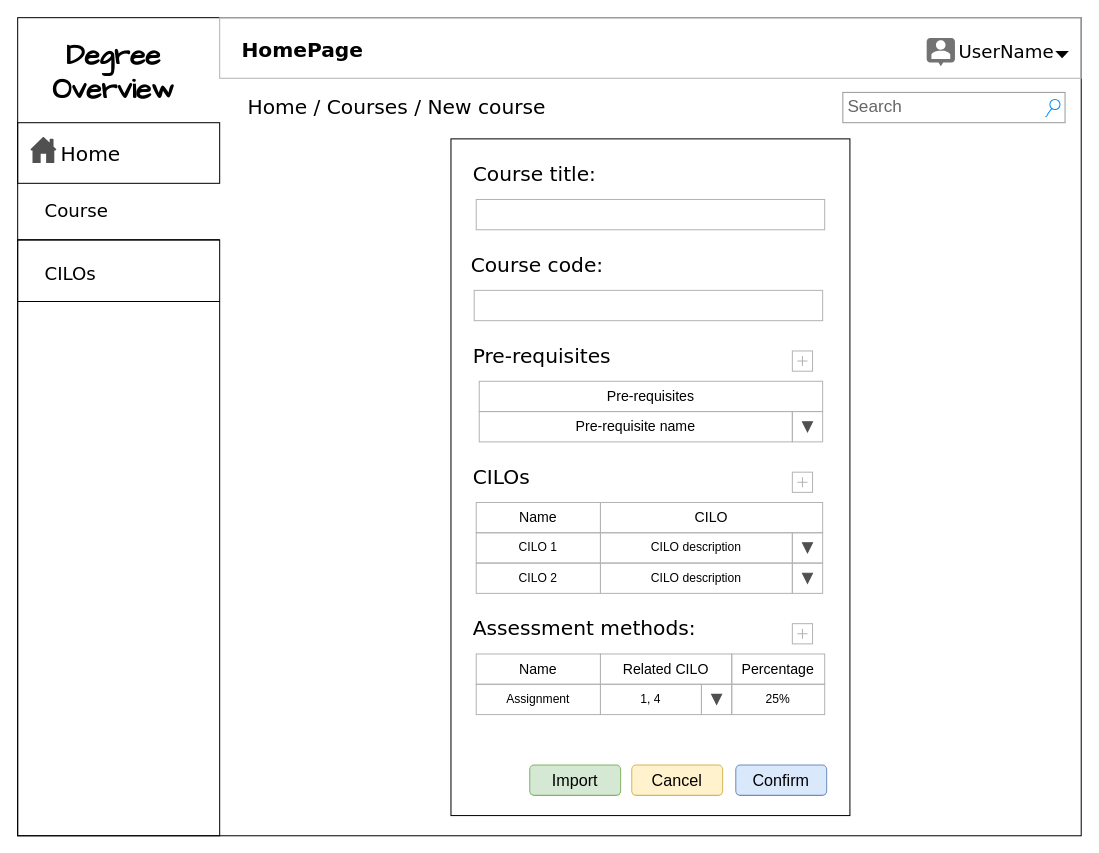
RapDoodle/DegreeOverview keeps this draw.io diagram as page "8. Edit CILOs Page" (8 of 16) of docs/Specifications/Diagrams/Drawio/4.1 User Interfaces.drawio. Above is the earlier version. Source tidied: cells renumbered, new cells numbered last; positions are measured from the earlier drawing's top-left corner, leaving out a move shared by most shapes. Both pictures are drawn from the tidied source at 101%, with x=0, y=0 at pixel (17, 17).
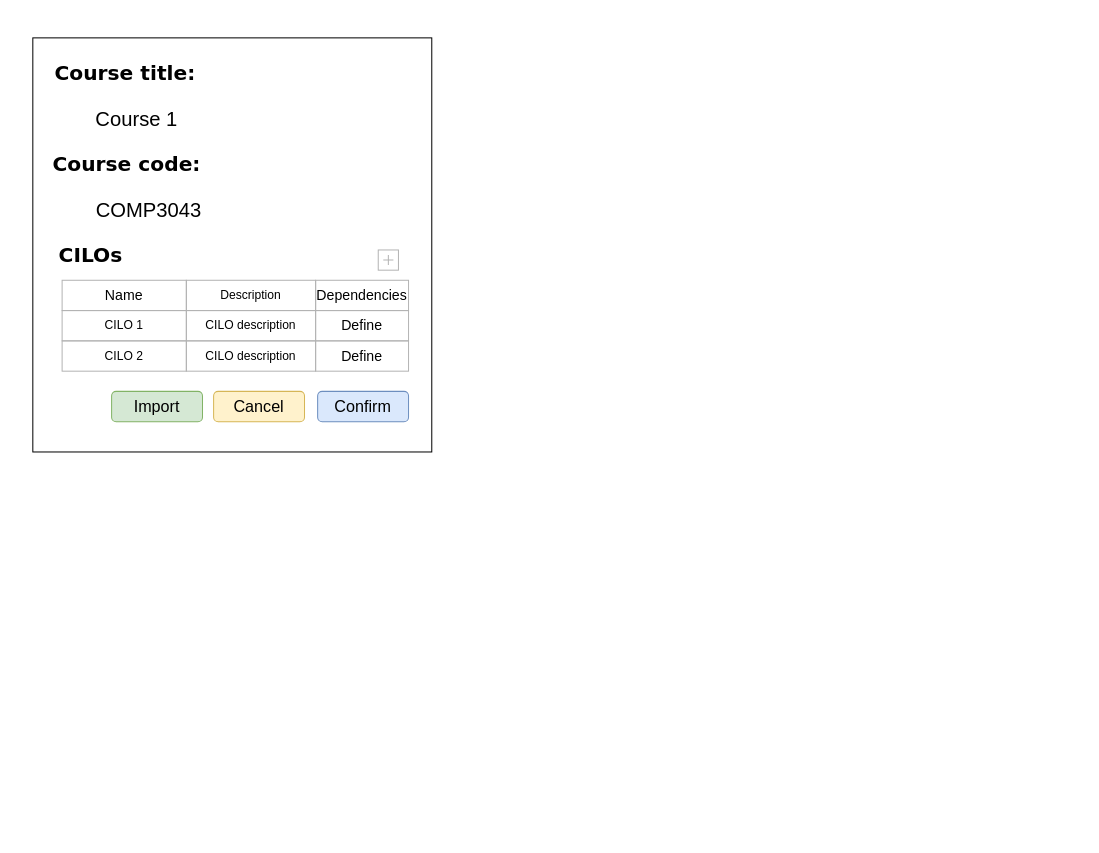
After the change.

What changed in the source:
```diff
@@
-    <mxCell id="2" style="rounded=0;whiteSpace=wrap;html=1;" parent="1" vertex="1">
-      <mxGeometry y="104" width="200" height="60" as="geometry" />
-    </mxCell>
-    <mxCell id="3" style="rounded=0;whiteSpace=wrap;html=1;fillColor=none;shadow=0;" parent="1" vertex="1">
-      <mxGeometry width="1053" height="810" as="geometry" />
-    </mxCell>
-    <mxCell id="4" style="rounded=0;whiteSpace=wrap;html=1;fillColor=none;strokeColor=#B3B3B3;" parent="1" vertex="1">
-      <mxGeometry x="200" width="853" height="60" as="geometry" />
-    </mxCell>
-    <mxCell id="5" style="whiteSpace=wrap;html=1;rounded=0;shadow=0;labelBackgroundColor=none;strokeWidth=1;fillColor=none;fontFamily=Verdana;fontSize=12;align=center;" parent="1" vertex="1">
-      <mxGeometry y="220" width="200" height="590" as="geometry" />
-    </mxCell>
-    <mxCell id="6" style="whiteSpace=wrap;html=1;rounded=0;shadow=0;labelBackgroundColor=none;strokeWidth=1;fillColor=none;fontFamily=Verdana;fontSize=12;align=center;" parent="1" vertex="1">
-      <mxGeometry x="429" y="120" width="395" height="670" as="geometry" />
-    </mxCell>
-    <mxCell id="7" value="Search" style="strokeWidth=1;shadow=0;dashed=0;align=center;html=1;shape=mxgraph.mockup.forms.searchBox;strokeColor=#999999;mainText=;strokeColor2=#008cff;fontColor=#666666;fontSize=17;align=left;spacingLeft=3;rounded=0;labelBackgroundColor=none;comic=1;" parent="1" vertex="1">
-      <mxGeometry x="817" y="74" width="220" height="30" as="geometry" />
-    </mxCell>
-    <mxCell id="8" value="&lt;font style=&quot;font-size: 20px&quot;&gt;Home&lt;/font&gt;" style="text;html=1;align=left;verticalAlign=top;spacingTop=-4;fontSize=14;fontFamily=Verdana;" parent="1" vertex="1">
-      <mxGeometry x="41" y="120" width="59" height="20" as="geometry" />
-    </mxCell>
-    <mxCell id="9" value="&lt;font style=&quot;font-size: 18px&quot;&gt;Course&lt;/font&gt;" style="text;html=1;align=left;verticalAlign=top;spacingTop=-4;fontSize=14;fontFamily=Verdana;" parent="1" vertex="1">
-      <mxGeometry x="25" y="178" width="170" height="20" as="geometry" />
-    </mxCell>
-    <mxCell id="10" style="endArrow=none;html=1;" parent="1" edge="1">
-      <mxGeometry relative="1" as="geometry">
-        <mxPoint y="220" as="sourcePoint" />
-        <mxPoint x="200" y="220" as="targetPoint" />
-      </mxGeometry>
-    </mxCell>
-    <mxCell id="11" value="&lt;h1&gt;&lt;b&gt;&lt;font face=&quot;Comic Sans MS&quot;&gt;&lt;span style=&quot;font-size: 28px&quot;&gt;Degree&lt;br&gt;&lt;/span&gt;&lt;/font&gt;&lt;/b&gt;&lt;b&gt;&lt;font face=&quot;Comic Sans MS&quot;&gt;&lt;span style=&quot;font-size: 28px&quot;&gt;Overview&lt;/span&gt;&lt;/font&gt;&lt;/b&gt;&lt;/h1&gt;" style="text;html=1;strokeColor=none;fillColor=none;align=center;verticalAlign=middle;whiteSpace=wrap;rounded=0;" parent="1" vertex="1">
-      <mxGeometry y="4" width="190" height="100" as="geometry" />
-    </mxCell>
-    <mxCell id="12" value="&lt;font style=&quot;font-size: 18px&quot;&gt;CILOs&lt;/font&gt;" style="text;html=1;align=left;verticalAlign=top;spacingTop=-4;fontSize=14;fontFamily=Verdana;" parent="1" vertex="1">
-      <mxGeometry x="25" y="240" width="170" height="20" as="geometry" />
-    </mxCell>
-    <mxCell id="13" style="endArrow=none;html=1;" parent="1" edge="1">
-      <mxGeometry relative="1" as="geometry">
-        <mxPoint y="281" as="sourcePoint" />
-        <mxPoint x="200" y="281" as="targetPoint" />
-      </mxGeometry>
-    </mxCell>
-    <mxCell id="14" style="shadow=0;dashed=0;html=1;strokeColor=none;fillColor=#505050;labelPosition=center;verticalLabelPosition=bottom;verticalAlign=top;align=center;shape=mxgraph.office.concepts.home;" parent="1" vertex="1">
-      <mxGeometry x="12.5" y="118" width="26" height="26" as="geometry" />
-    </mxCell>
-    <mxCell id="15" value="&lt;font style=&quot;font-size: 20px&quot;&gt;Home / Courses / New course&lt;/font&gt;" style="text;html=1;align=left;verticalAlign=top;spacingTop=-4;fontSize=14;fontFamily=Verdana;" parent="1" vertex="1">
-      <mxGeometry x="226" y="74" width="309" height="20" as="geometry" />
-    </mxCell>
-    <mxCell id="16" value="&lt;font size=&quot;1&quot;&gt;&lt;b style=&quot;font-size: 20px&quot;&gt;HomePage&lt;/b&gt;&lt;/font&gt;" style="text;html=1;align=left;verticalAlign=top;spacingTop=-4;fontSize=14;fontFamily=Verdana;" parent="1" vertex="1">
-      <mxGeometry x="220" y="17" width="170" height="20" as="geometry" />
-    </mxCell>
+    <mxCell id="55" style="whiteSpace=wrap;html=1;rounded=0;shadow=0;labelBackgroundColor=none;strokeWidth=1;fillColor=none;fontFamily=Verdana;fontSize=12;align=center;" parent="1" vertex="1">
+      <mxGeometry x="15" y="20" width="395" height="410" as="geometry" />
+    </mxCell>
-    <mxCell id="17" value="&lt;font style=&quot;font-size: 20px&quot;&gt;Course title:&lt;/font&gt;" style="text;html=1;align=left;verticalAlign=top;spacingTop=-4;fontSize=14;fontFamily=Verdana;" parent="1" vertex="1">
-      <mxGeometry x="449" y="140" width="170" height="20" as="geometry" />
+    <mxCell id="17" value="&lt;font style=&quot;font-size: 20px&quot;&gt;&lt;b&gt;Course title:&lt;/b&gt;&lt;/font&gt;" style="text;html=1;align=left;verticalAlign=top;spacingTop=-4;fontSize=14;fontFamily=Verdana;" parent="1" vertex="1">
+      <mxGeometry x="35" y="40" width="170" height="20" as="geometry" />
     </mxCell>
-    <mxCell id="18" style="rounded=0;whiteSpace=wrap;html=1;strokeColor=#B3B3B3;fillColor=none;" parent="1" vertex="1">
-      <mxGeometry x="454" y="180" width="345" height="30" as="geometry" />
-    </mxCell>
-    <mxCell id="19" value="&lt;font style=&quot;font-size: 20px&quot;&gt;Course code:&lt;/font&gt;" style="text;html=1;align=left;verticalAlign=top;spacingTop=-4;fontSize=14;fontFamily=Verdana;" parent="1" vertex="1">
-      <mxGeometry x="447" y="230" width="170" height="20" as="geometry" />
+    <mxCell id="19" value="&lt;font style=&quot;font-size: 20px&quot;&gt;&lt;b&gt;Course code:&lt;/b&gt;&lt;/font&gt;" style="text;html=1;align=left;verticalAlign=top;spacingTop=-4;fontSize=14;fontFamily=Verdana;" parent="1" vertex="1">
+      <mxGeometry x="33" y="130" width="170" height="20" as="geometry" />
     </mxCell>
-    <mxCell id="20" style="rounded=0;whiteSpace=wrap;html=1;strokeColor=#B3B3B3;fillColor=none;" parent="1" vertex="1">
-      <mxGeometry x="452" y="270" width="345" height="30" as="geometry" />
-    </mxCell>
-    <mxCell id="21" value="&lt;span style=&quot;font-size: 20px&quot;&gt;Assessment methods:&lt;/span&gt;" style="text;html=1;align=left;verticalAlign=top;spacingTop=-4;fontSize=14;fontFamily=Verdana;" parent="1" vertex="1">
-      <mxGeometry x="449" y="590" width="228" height="20" as="geometry" />
-    </mxCell>
-    <mxCell id="22" value="&lt;font style=&quot;font-size: 14px&quot;&gt;Name&lt;/font&gt;" style="rounded=0;whiteSpace=wrap;html=1;strokeColor=#B3B3B3;fillColor=none;" parent="1" vertex="1">
-      <mxGeometry x="454" y="630" width="123" height="30" as="geometry" />
-    </mxCell>
-    <mxCell id="23" value="&lt;font style=&quot;font-size: 16px&quot;&gt;Confirm&lt;/font&gt;" style="rounded=1;whiteSpace=wrap;html=1;fillColor=#dae8fc;strokeColor=#6c8ebf;" parent="1" vertex="1">
-      <mxGeometry x="711" y="740" width="90" height="30" as="geometry" />
-    </mxCell>
+    <mxCell id="56" value="&lt;font style=&quot;font-size: 20px&quot;&gt;Course 1&lt;/font&gt;" style="text;html=1;strokeColor=none;fillColor=none;align=center;verticalAlign=middle;whiteSpace=wrap;rounded=0;" parent="1" vertex="1">
+      <mxGeometry x="73" y="90" width="90" height="20" as="geometry" />
+    </mxCell>
+    <mxCell id="57" value="&lt;font style=&quot;font-size: 20px&quot;&gt;COMP3043&lt;/font&gt;" style="text;html=1;strokeColor=none;fillColor=none;align=center;verticalAlign=middle;whiteSpace=wrap;rounded=0;" parent="1" vertex="1">
+      <mxGeometry x="85" y="180" width="90" height="20" as="geometry" />
+    </mxCell>
     <mxCell id="24" value="&lt;font style=&quot;font-size: 16px&quot;&gt;Cancel&lt;/font&gt;" style="rounded=1;whiteSpace=wrap;html=1;fillColor=#fff2cc;strokeColor=#d6b656;" parent="1" vertex="1">
-      <mxGeometry x="608" y="740" width="90" height="30" as="geometry" />
+      <mxGeometry x="194" y="370" width="90" height="30" as="geometry" />
     </mxCell>
     <mxCell id="25" value="&lt;font style=&quot;font-size: 16px&quot;&gt;Import&lt;/font&gt;" style="rounded=1;whiteSpace=wrap;html=1;fillColor=#d5e8d4;strokeColor=#82b366;" parent="1" vertex="1">
-      <mxGeometry x="507" y="740" width="90" height="30" as="geometry" />
+      <mxGeometry x="93" y="370" width="90" height="30" as="geometry" />
     </mxCell>
-    <mxCell id="26" style="triangle;whiteSpace=wrap;html=1;fillColor=black;rotation=90;" parent="1" vertex="1">
-      <mxGeometry x="1031.1" y="30.8" width="6" height="11.2" as="geometry" />
-    </mxCell>
-    <mxCell id="27" value="&lt;font style=&quot;font-size: 18px&quot;&gt;UserName&lt;/font&gt;" style="text;html=1;align=left;verticalAlign=top;spacingTop=-4;fontSize=14;fontFamily=Verdana;" parent="1" vertex="1">
-      <mxGeometry x="930" y="20" width="60" height="20" as="geometry" />
-    </mxCell>
-    <mxCell id="28" style="dashed=0;verticalLabelPosition=bottom;verticalAlign=top;align=center;shape=mxgraph.gmdl.chat;strokeColor=none;fillColor=#737373;shadow=0;" parent="1" vertex="1">
-      <mxGeometry x="900" y="20" width="28" height="28" as="geometry" />
-    </mxCell>
-    <mxCell id="29" style="shape=plus;html=1;strokeColor=#B3B3B3;fillColor=none;" parent="1" vertex="1">
-      <mxGeometry x="767" y="600" width="20" height="20" as="geometry" />
-    </mxCell>
-    <mxCell id="30" value="Assignment" style="rounded=0;whiteSpace=wrap;html=1;strokeColor=#B3B3B3;fillColor=none;" parent="1" vertex="1">
-      <mxGeometry x="454" y="660" width="123" height="30" as="geometry" />
-    </mxCell>
-    <mxCell id="31" value="&lt;font style=&quot;font-size: 14px&quot;&gt;Related CILO&lt;/font&gt;" style="rounded=0;whiteSpace=wrap;html=1;strokeColor=#B3B3B3;fillColor=none;" parent="1" vertex="1">
-      <mxGeometry x="577" y="630" width="130" height="30" as="geometry" />
-    </mxCell>
-    <mxCell id="32" value="&lt;font style=&quot;font-size: 14px&quot;&gt;Percentage&lt;/font&gt;" style="rounded=0;whiteSpace=wrap;html=1;strokeColor=#B3B3B3;fillColor=none;" parent="1" vertex="1">
-      <mxGeometry x="707" y="630" width="92" height="30" as="geometry" />
-    </mxCell>
-    <mxCell id="33" value="1, 4" style="rounded=0;whiteSpace=wrap;html=1;strokeColor=#B3B3B3;fillColor=none;" parent="1" vertex="1">
-      <mxGeometry x="577" y="660" width="100" height="30" as="geometry" />
-    </mxCell>
-    <mxCell id="34" value="25%" style="rounded=0;whiteSpace=wrap;html=1;strokeColor=#B3B3B3;fillColor=none;" parent="1" vertex="1">
-      <mxGeometry x="707" y="660" width="92" height="30" as="geometry" />
-    </mxCell>
-    <mxCell id="35" style="rounded=0;whiteSpace=wrap;html=1;strokeColor=#B3B3B3;fillColor=none;" parent="1" vertex="1">
-      <mxGeometry x="677" y="660" width="30" height="30" as="geometry" />
-    </mxCell>
-    <mxCell id="36" style="triangle;whiteSpace=wrap;html=1;strokeColor=#505050;fillColor=#505050;gradientColor=none;rotation=90;" parent="1" vertex="1">
-      <mxGeometry x="687" y="670" width="10" height="10" as="geometry" />
-    </mxCell>
-    <mxCell id="37" value="&lt;span style=&quot;font-size: 20px&quot;&gt;CILOs&lt;/span&gt;" style="text;html=1;align=left;verticalAlign=top;spacingTop=-4;fontSize=14;fontFamily=Verdana;" parent="1" vertex="1">
-      <mxGeometry x="449" y="440" width="228" height="20" as="geometry" />
-    </mxCell>
-    <mxCell id="38" value="&lt;font style=&quot;font-size: 14px&quot;&gt;Name&lt;/font&gt;" style="rounded=0;whiteSpace=wrap;html=1;strokeColor=#B3B3B3;fillColor=none;" parent="1" vertex="1">
-      <mxGeometry x="454" y="480" width="123" height="30" as="geometry" />
-    </mxCell>
-    <mxCell id="39" style="shape=plus;html=1;strokeColor=#B3B3B3;fillColor=none;" parent="1" vertex="1">
-      <mxGeometry x="767" y="450" width="20" height="20" as="geometry" />
-    </mxCell>
+    <mxCell id="23" value="&lt;font style=&quot;font-size: 16px&quot;&gt;Confirm&lt;/font&gt;" style="rounded=1;whiteSpace=wrap;html=1;fillColor=#dae8fc;strokeColor=#6c8ebf;" parent="1" vertex="1">
+      <mxGeometry x="297" y="370" width="90" height="30" as="geometry" />
+    </mxCell>
+    <mxCell id="58" value="&lt;span style=&quot;font-size: 20px&quot;&gt;&lt;b&gt;CILOs&lt;/b&gt;&lt;/span&gt;" style="text;html=1;align=left;verticalAlign=top;spacingTop=-4;fontSize=14;fontFamily=Verdana;" parent="1" vertex="1">
+      <mxGeometry x="39" y="220" width="228" height="20" as="geometry" />
+    </mxCell>
+    <mxCell id="59" value="&lt;font style=&quot;font-size: 14px&quot;&gt;Name&lt;/font&gt;" style="rounded=0;whiteSpace=wrap;html=1;strokeColor=#B3B3B3;fillColor=none;" parent="1" vertex="1">
+      <mxGeometry x="44" y="260" width="123" height="30" as="geometry" />
+    </mxCell>
+    <mxCell id="60" style="shape=plus;html=1;strokeColor=#B3B3B3;fillColor=none;" parent="1" vertex="1">
+      <mxGeometry x="357" y="230" width="20" height="20" as="geometry" />
+    </mxCell>
     <mxCell id="40" value="CILO 1" style="rounded=0;whiteSpace=wrap;html=1;strokeColor=#B3B3B3;fillColor=none;" parent="1" vertex="1">
-      <mxGeometry x="454" y="510" width="123" height="30" as="geometry" />
+      <mxGeometry x="44" y="290" width="123" height="30" as="geometry" />
     </mxCell>
     <mxCell id="41" value="CILO 2" style="rounded=0;whiteSpace=wrap;html=1;strokeColor=#B3B3B3;fillColor=none;" parent="1" vertex="1">
-      <mxGeometry x="454" y="540" width="123" height="30" as="geometry" />
+      <mxGeometry x="44" y="320" width="123" height="30" as="geometry" />
     </mxCell>
-    <mxCell id="42" value="&lt;font style=&quot;font-size: 14px&quot;&gt;CILO&lt;/font&gt;" style="rounded=0;whiteSpace=wrap;html=1;strokeColor=#B3B3B3;fillColor=none;" parent="1" vertex="1">
-      <mxGeometry x="577" y="480" width="220" height="30" as="geometry" />
-    </mxCell>
-    <mxCell id="43" value="CILO description" style="rounded=0;whiteSpace=wrap;html=1;strokeColor=#B3B3B3;fillColor=none;" parent="1" vertex="1">
-      <mxGeometry x="577" y="510" width="190" height="30" as="geometry" />
-    </mxCell>
-    <mxCell id="44" style="rounded=0;whiteSpace=wrap;html=1;strokeColor=#B3B3B3;fillColor=none;" parent="1" vertex="1">
-      <mxGeometry x="767" y="510" width="30" height="30" as="geometry" />
-    </mxCell>
-    <mxCell id="45" style="triangle;whiteSpace=wrap;html=1;strokeColor=#505050;fillColor=#505050;gradientColor=none;rotation=90;" parent="1" vertex="1">
-      <mxGeometry x="777" y="520" width="10" height="10" as="geometry" />
-    </mxCell>
-    <mxCell id="46" value="CILO description" style="rounded=0;whiteSpace=wrap;html=1;strokeColor=#B3B3B3;fillColor=none;" parent="1" vertex="1">
-      <mxGeometry x="577" y="540" width="190" height="30" as="geometry" />
-    </mxCell>
-    <mxCell id="47" style="rounded=0;whiteSpace=wrap;html=1;strokeColor=#B3B3B3;fillColor=none;" parent="1" vertex="1">
-      <mxGeometry x="767" y="540" width="30" height="30" as="geometry" />
-    </mxCell>
-    <mxCell id="48" style="triangle;whiteSpace=wrap;html=1;strokeColor=#505050;fillColor=#505050;gradientColor=none;rotation=90;" parent="1" vertex="1">
-      <mxGeometry x="777" y="550" width="10" height="10" as="geometry" />
-    </mxCell>
-    <mxCell id="49" value="&lt;span style=&quot;font-size: 20px&quot;&gt;Pre-requisites&lt;/span&gt;" style="text;html=1;align=left;verticalAlign=top;spacingTop=-4;fontSize=14;fontFamily=Verdana;" parent="1" vertex="1">
-      <mxGeometry x="449" y="320" width="228" height="20" as="geometry" />
-    </mxCell>
-    <mxCell id="50" style="shape=plus;html=1;strokeColor=#B3B3B3;fillColor=none;" parent="1" vertex="1">
-      <mxGeometry x="767" y="330" width="20" height="20" as="geometry" />
-    </mxCell>
-    <mxCell id="51" value="&lt;font style=&quot;font-size: 14px&quot;&gt;Pre-requisites&lt;/font&gt;" style="rounded=0;whiteSpace=wrap;html=1;strokeColor=#B3B3B3;fillColor=none;" parent="1" vertex="1">
-      <mxGeometry x="457" y="360" width="340" height="30" as="geometry" />
-    </mxCell>
-    <mxCell id="52" value="&lt;span style=&quot;font-size: 14px&quot;&gt;Pre-requisite name&lt;/span&gt;" style="rounded=0;whiteSpace=wrap;html=1;strokeColor=#B3B3B3;fillColor=none;" parent="1" vertex="1">
-      <mxGeometry x="457" y="390" width="310" height="30" as="geometry" />
-    </mxCell>
-    <mxCell id="53" style="rounded=0;whiteSpace=wrap;html=1;strokeColor=#B3B3B3;fillColor=none;" parent="1" vertex="1">
-      <mxGeometry x="767" y="390" width="30" height="30" as="geometry" />
-    </mxCell>
-    <mxCell id="54" style="triangle;whiteSpace=wrap;html=1;strokeColor=#505050;fillColor=#505050;gradientColor=none;rotation=90;" parent="1" vertex="1">
-      <mxGeometry x="777" y="400" width="10" height="10" as="geometry" />
-    </mxCell>
+    <mxCell id="61" value="Description" style="rounded=0;whiteSpace=wrap;html=1;strokeColor=#B3B3B3;fillColor=none;" parent="1" vertex="1">
+      <mxGeometry x="167" y="260" width="128" height="30" as="geometry" />
+    </mxCell>
+    <mxCell id="62" value="CILO description" style="rounded=0;whiteSpace=wrap;html=1;strokeColor=#B3B3B3;fillColor=none;" parent="1" vertex="1">
+      <mxGeometry x="167" y="290" width="128" height="30" as="geometry" />
+    </mxCell>
+    <mxCell id="63" value="CILO description" style="rounded=0;whiteSpace=wrap;html=1;strokeColor=#B3B3B3;fillColor=none;" parent="1" vertex="1">
+      <mxGeometry x="167" y="320" width="128" height="30" as="geometry" />
+    </mxCell>
+    <mxCell id="64" value="&lt;font style=&quot;font-size: 14px&quot;&gt;Dependencies&lt;/font&gt;" style="rounded=0;whiteSpace=wrap;html=1;strokeColor=#B3B3B3;fillColor=none;" parent="1" vertex="1">
+      <mxGeometry x="295" y="260" width="92" height="30" as="geometry" />
+    </mxCell>
+    <mxCell id="65" value="&lt;font style=&quot;font-size: 14px&quot;&gt;Define&lt;/font&gt;" style="rounded=0;whiteSpace=wrap;html=1;strokeColor=#B3B3B3;fillColor=none;" parent="1" vertex="1">
+      <mxGeometry x="295" y="290" width="92" height="30" as="geometry" />
+    </mxCell>
+    <mxCell id="66" value="&lt;font style=&quot;font-size: 14px&quot;&gt;Define&lt;/font&gt;" style="rounded=0;whiteSpace=wrap;html=1;strokeColor=#B3B3B3;fillColor=none;" parent="1" vertex="1">
+      <mxGeometry x="295" y="320" width="92" height="30" as="geometry" />
+    </mxCell>
```
